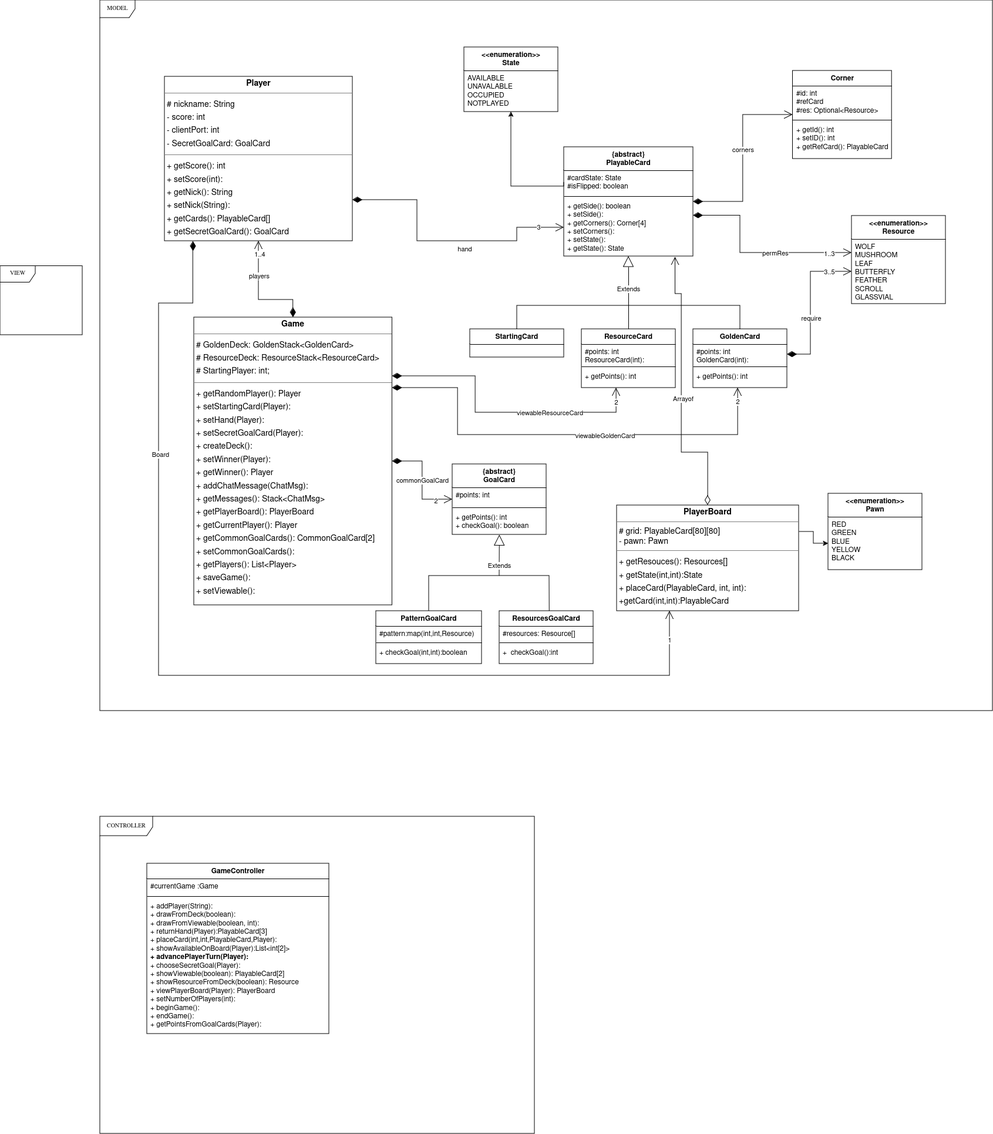
Earlier version of the draw.io export UML method.png (RogerTWS02/ing-sw-2024-Esposito-Falzoni-Frisone-Grassi). Source tidied: cells renumbered, new cells last; positions are measured from the earlier drawing's top-left corner, leaving out a move shared by most shapes.
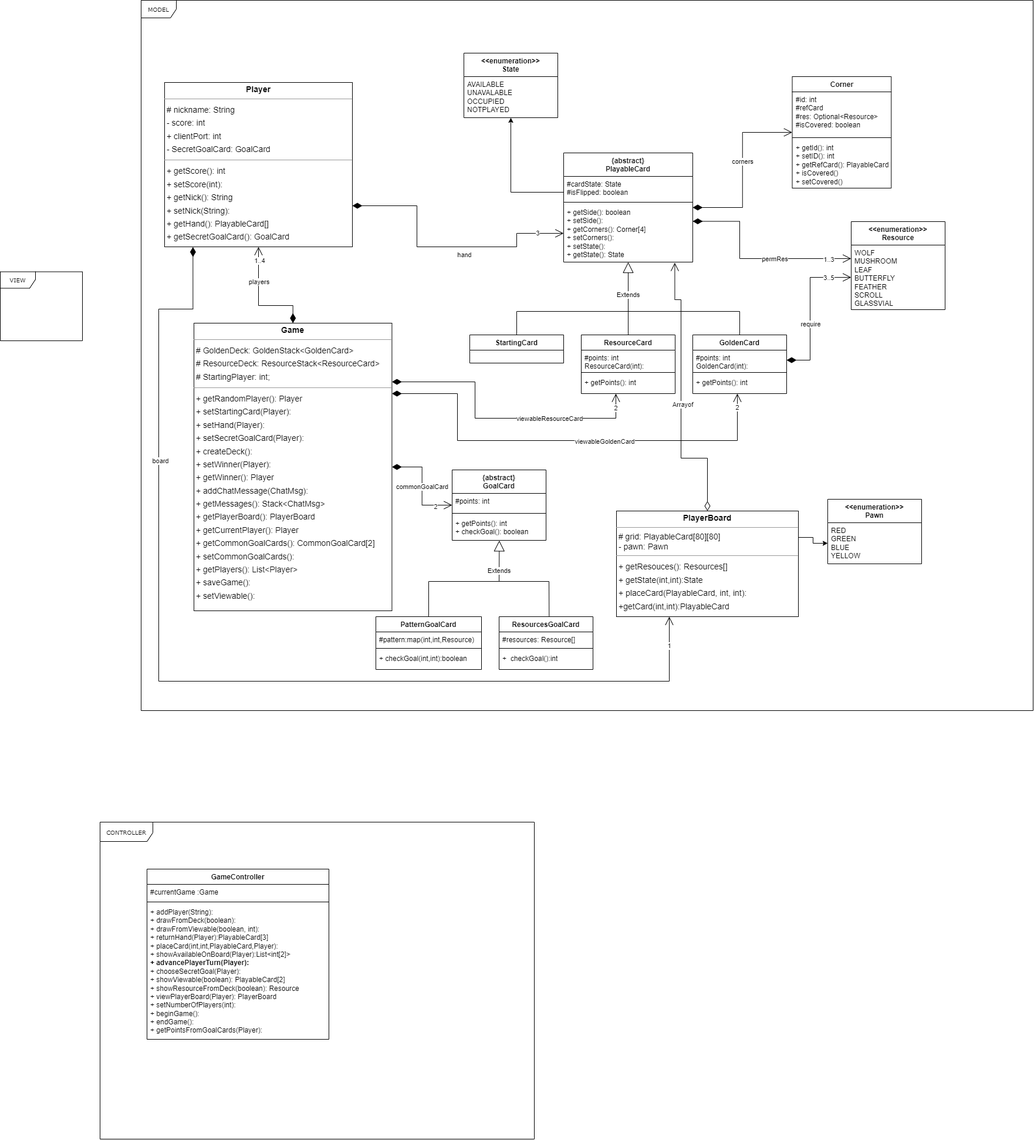
The same file after the commit.

Commit message:
Modificato Corner Class in UML method.png

Change to the diagram source:
```diff
@@ -3,7 +3,7 @@
     <mxCell id="0" />
     <mxCell id="1" parent="0" />
     <mxCell id="2" value="MODEL" style="shape=umlFrame;whiteSpace=wrap;html=1;rounded=0;shadow=0;comic=0;labelBackgroundColor=none;strokeWidth=1;fontFamily=Verdana;fontSize=10;align=center;" parent="1" vertex="1">
-      <mxGeometry x="170" width="1520" height="1210" as="geometry" />
+      <mxGeometry x="240" y="-10" width="1520" height="1210" as="geometry" />
     </mxCell>
     <mxCell id="3" value="CONTROLLER" style="shape=umlFrame;whiteSpace=wrap;html=1;rounded=0;shadow=0;comic=0;labelBackgroundColor=none;strokeWidth=1;fontFamily=Verdana;fontSize=10;align=center;width=90;height=33;" parent="1" vertex="1">
       <mxGeometry x="170" y="1390" width="740" height="540" as="geometry" />
@@ -24,16 +24,16 @@
       <mxGeometry x="800" y="560" width="160" height="48" as="geometry" />
     </mxCell>
     <mxCell id="9" value="Corner" style="swimlane;fontStyle=1;align=center;verticalAlign=top;horizontal=1;startSize=26;whiteSpace=wrap;html=1;" parent="1" vertex="1">
-      <mxGeometry x="1349.5" y="120" width="168.7" height="150" as="geometry" />
+      <mxGeometry x="1349.5" y="120" width="168.7" height="190" as="geometry" />
     </mxCell>
-    <mxCell id="10" value="#id: int&lt;div&gt;#refCard&lt;/div&gt;&lt;div&gt;#res: Optional&amp;lt;Resource&amp;gt;&lt;/div&gt;" style="text;strokeColor=none;fillColor=none;align=left;verticalAlign=top;spacingLeft=4;spacingRight=4;overflow=hidden;whiteSpace=wrap;html=1;" parent="9" vertex="1">
-      <mxGeometry y="26" width="168.7" height="54" as="geometry" />
+    <mxCell id="10" value="#id: int&lt;div&gt;#refCard&lt;/div&gt;&lt;div&gt;#res: Optional&amp;lt;Resource&amp;gt;&lt;/div&gt;&lt;div&gt;#isCovered: boolean&lt;/div&gt;" style="text;strokeColor=none;fillColor=none;align=left;verticalAlign=top;spacingLeft=4;spacingRight=4;overflow=hidden;whiteSpace=wrap;html=1;" parent="9" vertex="1">
+      <mxGeometry y="26" width="168.7" height="74" as="geometry" />
     </mxCell>
     <mxCell id="11" style="line;strokeWidth=1;fillColor=none;align=left;verticalAlign=middle;spacingTop=-1;spacingLeft=3;spacingRight=3;labelPosition=right;strokeColor=inherit;" parent="9" vertex="1">
-      <mxGeometry y="80" width="168.7" height="8" as="geometry" />
+      <mxGeometry y="100" width="168.7" height="8" as="geometry" />
     </mxCell>
-    <mxCell id="12" value="+ getId(): int&lt;div&gt;+ setID(): int&lt;/div&gt;&lt;div&gt;+ getRefCard(): PlayableCard&lt;/div&gt;" style="text;strokeColor=none;fillColor=none;align=left;verticalAlign=top;spacingLeft=4;spacingRight=4;overflow=hidden;whiteSpace=wrap;html=1;" parent="9" vertex="1">
-      <mxGeometry y="88" width="168.7" height="62" as="geometry" />
+    <mxCell id="12" value="+ getId(): int&lt;div&gt;+ setID(): int&lt;/div&gt;&lt;div&gt;+ getRefCard(): PlayableCard&lt;/div&gt;&lt;div&gt;+ isCovered()&lt;/div&gt;&lt;div&gt;+ setCovered()&lt;/div&gt;" style="text;strokeColor=none;fillColor=none;align=left;verticalAlign=top;spacingLeft=4;spacingRight=4;overflow=hidden;whiteSpace=wrap;html=1;" parent="9" vertex="1">
+      <mxGeometry y="108" width="168.7" height="82" as="geometry" />
     </mxCell>
     <mxCell id="13" value="&amp;lt;&amp;lt;enumeration&amp;gt;&amp;gt;&lt;br&gt;Resource" style="swimlane;fontStyle=1;align=center;verticalAlign=top;horizontal=1;startSize=40;whiteSpace=wrap;html=1;" parent="1" vertex="1">
       <mxGeometry x="1450" y="367" width="160" height="150" as="geometry" />
@@ -42,10 +42,10 @@
       <mxGeometry y="40" width="160" height="110" as="geometry" />
     </mxCell>
     <mxCell id="15" value="&amp;lt;&amp;lt;enumeration&amp;gt;&amp;gt;&lt;br&gt;Pawn" style="swimlane;fontStyle=1;align=center;verticalAlign=top;horizontal=1;startSize=40;whiteSpace=wrap;html=1;" parent="1" vertex="1">
-      <mxGeometry x="1410" y="840" width="160" height="130" as="geometry" />
+      <mxGeometry x="1410" y="840" width="160" height="110" as="geometry" />
     </mxCell>
-    <mxCell id="16" value="&lt;div&gt;RED&lt;/div&gt;&lt;div&gt;GREEN&lt;/div&gt;&lt;div&gt;BLUE&lt;/div&gt;&lt;div&gt;YELLOW&lt;/div&gt;&lt;div&gt;BLACK&lt;/div&gt;" style="text;strokeColor=none;fillColor=none;align=left;verticalAlign=top;spacingLeft=4;spacingRight=4;overflow=hidden;points=[[0,0.5],[1,0.5]];portConstraint=eastwest;whiteSpace=wrap;html=1;" parent="15" vertex="1">
-      <mxGeometry y="40" width="160" height="90" as="geometry" />
+    <mxCell id="16" value="&lt;div&gt;RED&lt;/div&gt;&lt;div&gt;GREEN&lt;/div&gt;&lt;div&gt;BLUE&lt;/div&gt;&lt;div&gt;YELLOW&lt;/div&gt;" style="text;strokeColor=none;fillColor=none;align=left;verticalAlign=top;spacingLeft=4;spacingRight=4;overflow=hidden;points=[[0,0.5],[1,0.5]];portConstraint=eastwest;whiteSpace=wrap;html=1;" parent="15" vertex="1">
+      <mxGeometry y="40" width="160" height="70" as="geometry" />
     </mxCell>
     <mxCell id="17" value="&lt;p style=&quot;margin:0px;margin-top:4px;text-align:center;&quot;&gt;&lt;b&gt;Game&lt;/b&gt;&lt;/p&gt;&lt;hr size=&quot;1&quot;&gt;&lt;p style=&quot;margin:0 0 0 4px;line-height:1.6;&quot;&gt;&lt;span style=&quot;background-color: initial;&quot;&gt;# GoldenDeck: GoldenStack&amp;lt;GoldenCard&amp;gt;&lt;/span&gt;&lt;br&gt;&lt;/p&gt;&lt;div&gt;&lt;p style=&quot;margin: 0px 0px 0px 4px; line-height: 1.6;&quot;&gt;&lt;span style=&quot;background-color: initial;&quot;&gt;# ResourceDeck: ResourceStack&amp;lt;ResourceCard&amp;gt;&lt;/span&gt;&lt;/p&gt;&lt;p style=&quot;margin: 0px 0px 0px 4px; line-height: 1.6;&quot;&gt;&lt;span style=&quot;background-color: initial;&quot;&gt;# StartingPlayer: int;&lt;br&gt;&lt;/span&gt;&lt;/p&gt;&lt;/div&gt;&lt;hr size=&quot;1&quot;&gt;&lt;p style=&quot;margin:0 0 0 4px;line-height:1.6;&quot;&gt;+ getRandomPlayer(): Player&lt;/p&gt;&lt;p style=&quot;margin:0 0 0 4px;line-height:1.6;&quot;&gt;+ setStartingCard(Player):&lt;/p&gt;&lt;p style=&quot;margin:0 0 0 4px;line-height:1.6;&quot;&gt;+ setHand(Player):&lt;/p&gt;&lt;p style=&quot;margin:0 0 0 4px;line-height:1.6;&quot;&gt;+ setSecretGoalCard(Player):&amp;nbsp;&lt;br&gt;&lt;/p&gt;&lt;p style=&quot;margin:0 0 0 4px;line-height:1.6;&quot;&gt;&lt;span style=&quot;text-wrap: wrap;&quot;&gt;&lt;font style=&quot;font-size: 14px;&quot;&gt;+ createDeck():&lt;/font&gt;&lt;/span&gt;&lt;br&gt;+ setWinner(Player):&lt;/p&gt;&lt;p style=&quot;margin:0 0 0 4px;line-height:1.6;&quot;&gt;+ getWinner(): Player&lt;/p&gt;&lt;p style=&quot;margin:0 0 0 4px;line-height:1.6;&quot;&gt;+ addChatMessage(ChatMsg):&lt;br&gt;+ getMessages(): Stack&amp;lt;ChatMsg&amp;gt;&lt;br&gt;+ getPlayerBoard(): PlayerBoard&lt;br&gt;+ getCurrentPlayer(): Player&lt;br&gt;+ getCommonGoalCards(): CommonGoalCard[2]&lt;/p&gt;&lt;p style=&quot;margin:0 0 0 4px;line-height:1.6;&quot;&gt;+ setCommonGoalCards():&lt;br&gt;+ getPlayers(): List&amp;lt;Player&amp;gt;&lt;br&gt;+ saveGame(): &lt;br&gt;&lt;/p&gt;&lt;p style=&quot;margin:0 0 0 4px;line-height:1.6;&quot;&gt;&lt;span style=&quot;text-wrap: wrap;&quot;&gt;&lt;font style=&quot;font-size: 14px;&quot;&gt;+ setViewable():&lt;/font&gt;&lt;/span&gt;&lt;br&gt;&lt;/p&gt;" style="verticalAlign=top;align=left;overflow=fill;fontSize=14;fontFamily=Helvetica;html=1;rounded=0;shadow=0;comic=0;labelBackgroundColor=none;strokeWidth=1;" parent="1" vertex="1">
       <mxGeometry x="330" y="540" width="337.4" height="490" as="geometry" />
@@ -75,7 +75,7 @@
     <mxCell id="22" value="&lt;p style=&quot;margin:0px;margin-top:4px;text-align:center;&quot;&gt;&lt;b&gt;PlayerBoard&lt;/b&gt;&lt;/p&gt;&lt;hr size=&quot;1&quot;&gt;&amp;nbsp;&lt;span style=&quot;background-color: initial;&quot;&gt;# grid: PlayableCard[80][80]&amp;nbsp;&lt;/span&gt;&lt;div&gt;&amp;nbsp;- pawn: Pawn&amp;nbsp;&lt;div&gt;&lt;hr size=&quot;1&quot;&gt;&lt;p style=&quot;margin:0 0 0 4px;line-height:1.6;&quot;&gt;+ getResouces(): Resources[]&lt;br&gt;+ getState(int,int):State&lt;br&gt;+ placeCard(PlayableCard, int, int): &lt;br&gt;&lt;/p&gt;&lt;p style=&quot;margin:0 0 0 4px;line-height:1.6;&quot;&gt;+getCard(int,int):PlayableCard&lt;br&gt;&lt;/p&gt;&lt;/div&gt;&lt;/div&gt;" style="verticalAlign=top;align=left;overflow=fill;fontSize=14;fontFamily=Helvetica;html=1;rounded=0;shadow=0;comic=0;labelBackgroundColor=none;strokeWidth=1;" parent="1" vertex="1">
       <mxGeometry x="1050" y="860" width="310" height="180" as="geometry" />
     </mxCell>
-    <mxCell id="23" value="&lt;p style=&quot;margin:0px;margin-top:4px;text-align:center;&quot;&gt;&lt;b&gt;Player&lt;/b&gt;&lt;/p&gt;&lt;hr size=&quot;1&quot;&gt;&lt;p style=&quot;margin:0 0 0 4px;line-height:1.6;&quot;&gt;# nickname: String&lt;/p&gt;&lt;p style=&quot;margin:0 0 0 4px;line-height:1.6;&quot;&gt;- score: int&lt;/p&gt;&lt;p style=&quot;margin:0 0 0 4px;line-height:1.6;&quot;&gt;- clientPort: int&lt;/p&gt;&lt;p style=&quot;margin:0 0 0 4px;line-height:1.6;&quot;&gt;- SecretGoalCard: GoalCard&lt;/p&gt;&lt;hr size=&quot;1&quot;&gt;&lt;p style=&quot;margin:0 0 0 4px;line-height:1.6;&quot;&gt;+ getScore(): int&lt;/p&gt;&lt;p style=&quot;margin:0 0 0 4px;line-height:1.6;&quot;&gt;+ setScore(int):&amp;nbsp;&lt;br&gt;+ getNick(): String&lt;/p&gt;&lt;p style=&quot;margin:0 0 0 4px;line-height:1.6;&quot;&gt;+ setNick(String):&lt;/p&gt;&lt;p style=&quot;margin:0 0 0 4px;line-height:1.6;&quot;&gt;+ getCards(): PlayableCard[]&lt;br&gt;&lt;span style=&quot;background-color: initial;&quot;&gt;+ getSecretGoalCard(): GoalCard&lt;/span&gt;&lt;br&gt;&lt;/p&gt;" style="verticalAlign=top;align=left;overflow=fill;fontSize=14;fontFamily=Helvetica;html=1;rounded=0;shadow=0;comic=0;labelBackgroundColor=none;strokeWidth=1;" parent="1" vertex="1">
+    <mxCell id="23" value="&lt;p style=&quot;margin:0px;margin-top:4px;text-align:center;&quot;&gt;&lt;b&gt;Player&lt;/b&gt;&lt;/p&gt;&lt;hr size=&quot;1&quot;&gt;&lt;p style=&quot;margin:0 0 0 4px;line-height:1.6;&quot;&gt;# nickname: String&lt;/p&gt;&lt;p style=&quot;margin:0 0 0 4px;line-height:1.6;&quot;&gt;- score: int&lt;/p&gt;&lt;p style=&quot;margin:0 0 0 4px;line-height:1.6;&quot;&gt;+ clientPort: int&lt;/p&gt;&lt;p style=&quot;margin:0 0 0 4px;line-height:1.6;&quot;&gt;- SecretGoalCard: GoalCard&lt;/p&gt;&lt;hr size=&quot;1&quot;&gt;&lt;p style=&quot;margin:0 0 0 4px;line-height:1.6;&quot;&gt;+ getScore(): int&lt;/p&gt;&lt;p style=&quot;margin:0 0 0 4px;line-height:1.6;&quot;&gt;+ setScore(int):&amp;nbsp;&lt;br&gt;+ getNick(): String&lt;/p&gt;&lt;p style=&quot;margin:0 0 0 4px;line-height:1.6;&quot;&gt;+ setNick(String):&lt;/p&gt;&lt;p style=&quot;margin:0 0 0 4px;line-height:1.6;&quot;&gt;+ getHand(): PlayableCard[]&lt;br&gt;&lt;span style=&quot;background-color: initial;&quot;&gt;+ getSecretGoalCard(): GoalCard&lt;/span&gt;&lt;br&gt;&lt;/p&gt;" style="verticalAlign=top;align=left;overflow=fill;fontSize=14;fontFamily=Helvetica;html=1;rounded=0;shadow=0;comic=0;labelBackgroundColor=none;strokeWidth=1;" parent="1" vertex="1">
       <mxGeometry x="280" y="130" width="320" height="280" as="geometry" />
     </mxCell>
     <mxCell id="24" value="&amp;lt;&amp;lt;enumeration&amp;gt;&amp;gt;&lt;br&gt;State" style="swimlane;fontStyle=1;align=center;verticalAlign=top;horizontal=1;startSize=40;whiteSpace=wrap;html=1;" parent="1" vertex="1">
@@ -278,7 +278,7 @@
         <mxPoint x="-1" as="offset" />
       </mxGeometry>
     </mxCell>
-    <mxCell id="66" value="Board" style="edgeLabel;html=1;align=center;verticalAlign=middle;" parent="63" vertex="1">
+    <mxCell id="66" value="board" style="edgeLabel;html=1;align=center;verticalAlign=middle;" parent="63" vertex="1">
       <mxGeometry x="-0.53" y="2" relative="1" as="geometry" />
     </mxCell>
     <mxCell id="67" style="endArrow=open;html=1;endSize=12;startArrow=diamondThin;startSize=14;startFill=0;edgeStyle=orthogonalEdgeStyle;align=left;verticalAlign=bottom;rounded=0;exitX=0.5;exitY=0;exitDx=0;exitDy=0;entryX=0.861;entryY=1.011;entryDx=0;entryDy=0;entryPerimeter=0;" parent="1" edge="1" source="22" target="7">
```
